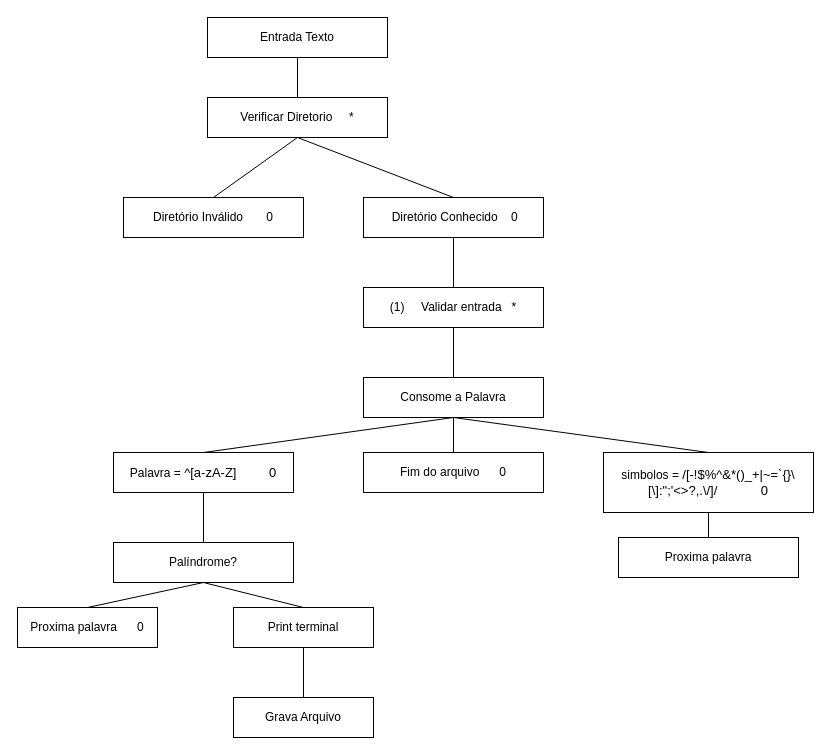
Before: Facul/Jackson.drawio in HansRafael/projects, a draw.io diagram. Source tidied: cells renumbered, new cells numbered last; positions are measured from the earlier drawing's top-left corner, leaving out a move shared by most shapes. Both pictures are drawn from the tidied source at 100%, with x=0, y=0 at pixel (17, 17).
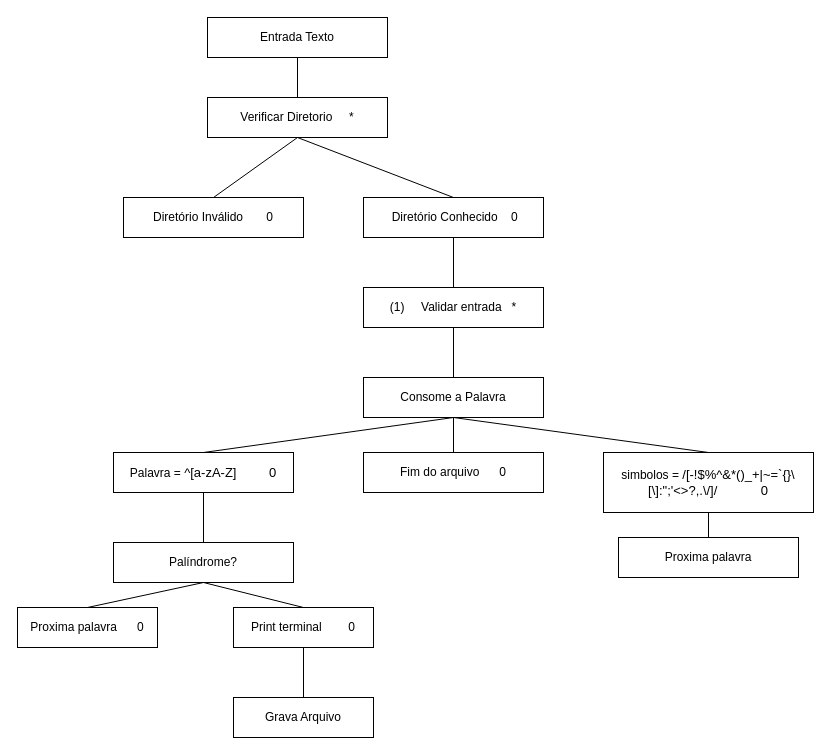
Above is the later version.

Change to the diagram source:
```diff
@@
-    <mxCell id="25" value="Print terminal" style="rounded=0;whiteSpace=wrap;html=1;" parent="1" vertex="1">
+    <mxCell id="25" value="Print terminal&amp;nbsp; &amp;nbsp; &amp;nbsp; &amp;nbsp; 0" style="rounded=0;whiteSpace=wrap;html=1;" parent="1" vertex="1">
       <mxGeometry x="216" y="590" width="140" height="40" as="geometry" />
     </mxCell>
```
